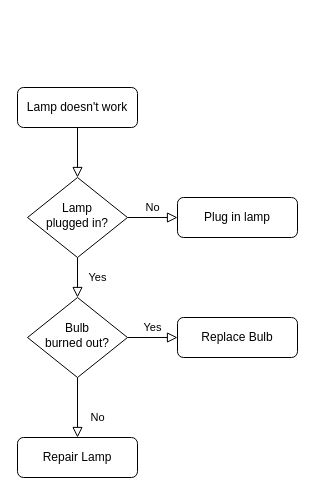
Before: AVEVADBAIR.drawio in houleyemballo/Work, a draw.io diagram. Source tidied: cells renumbered, new cells numbered last; positions are measured from the earlier drawing's top-left corner, leaving out a move shared by most shapes. Both pictures are drawn from the tidied source at 100%, with x=0, y=0 at pixel (17, 87).
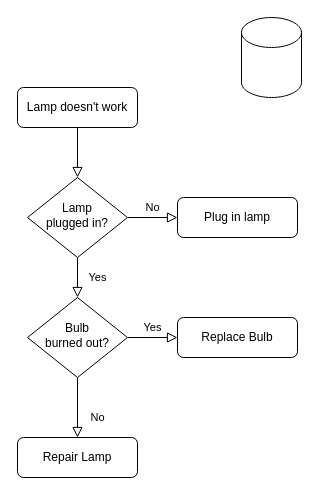
After the change.

What changed in the source:
```diff
@@
 <mxGraphModel>
   <root>
     <mxCell id="0" />
     <mxCell id="1" parent="0" />
     <mxCell id="2" style="rounded=0;html=1;jettySize=auto;fontSize=11;endArrow=block;endFill=0;endSize=8;strokeWidth=1;shadow=0;labelBackgroundColor=none;edgeStyle=orthogonalEdgeStyle;" parent="1" edge="1" source="3" target="6">
       <mxGeometry relative="1" as="geometry" />
     </mxCell>
     <mxCell id="3" value="Lamp doesn't work" style="rounded=1;whiteSpace=wrap;html=1;fontSize=12;glass=0;strokeWidth=1;shadow=0;" parent="1" vertex="1">
       <mxGeometry width="120" height="40" as="geometry" />
     </mxCell>
     <mxCell id="4" value="Yes" style="rounded=0;html=1;jettySize=auto;fontSize=11;endArrow=block;endFill=0;endSize=8;strokeWidth=1;shadow=0;labelBackgroundColor=none;edgeStyle=orthogonalEdgeStyle;" parent="1" edge="1" source="6" target="10">
       <mxGeometry y="20" relative="1" as="geometry" />
     </mxCell>
     <mxCell id="5" value="No" style="edgeStyle=orthogonalEdgeStyle;rounded=0;html=1;jettySize=auto;fontSize=11;endArrow=block;endFill=0;endSize=8;strokeWidth=1;shadow=0;labelBackgroundColor=none;" parent="1" edge="1" source="6" target="7">
       <mxGeometry y="10" relative="1" as="geometry" />
     </mxCell>
     <mxCell id="6" value="Lamp&lt;br&gt;plugged in?" style="rhombus;whiteSpace=wrap;html=1;shadow=0;fontFamily=Helvetica;fontSize=12;align=center;strokeWidth=1;spacing=6;spacingTop=-4;" parent="1" vertex="1">
       <mxGeometry x="10" y="90" width="100" height="80" as="geometry" />
     </mxCell>
     <mxCell id="7" value="Plug in lamp" style="rounded=1;whiteSpace=wrap;html=1;fontSize=12;glass=0;strokeWidth=1;shadow=0;" parent="1" vertex="1">
       <mxGeometry x="160" y="110" width="120" height="40" as="geometry" />
     </mxCell>
     <mxCell id="8" value="No" style="rounded=0;html=1;jettySize=auto;fontSize=11;endArrow=block;endFill=0;endSize=8;strokeWidth=1;shadow=0;labelBackgroundColor=none;edgeStyle=orthogonalEdgeStyle;" parent="1" edge="1" source="10" target="11">
       <mxGeometry x="0.33" y="20" relative="1" as="geometry" />
     </mxCell>
     <mxCell id="9" value="Yes" style="edgeStyle=orthogonalEdgeStyle;rounded=0;html=1;jettySize=auto;fontSize=11;endArrow=block;endFill=0;endSize=8;strokeWidth=1;shadow=0;labelBackgroundColor=none;" parent="1" edge="1" source="10" target="12">
       <mxGeometry y="10" relative="1" as="geometry" />
     </mxCell>
     <mxCell id="10" value="Bulb&lt;br&gt;burned out?" style="rhombus;whiteSpace=wrap;html=1;shadow=0;fontFamily=Helvetica;fontSize=12;align=center;strokeWidth=1;spacing=6;spacingTop=-4;" parent="1" vertex="1">
       <mxGeometry x="10" y="210" width="100" height="80" as="geometry" />
     </mxCell>
     <mxCell id="11" value="Repair Lamp" style="rounded=1;whiteSpace=wrap;html=1;fontSize=12;glass=0;strokeWidth=1;shadow=0;" parent="1" vertex="1">
       <mxGeometry y="350" width="120" height="40" as="geometry" />
     </mxCell>
     <mxCell id="12" value="Replace Bulb" style="rounded=1;whiteSpace=wrap;html=1;fontSize=12;glass=0;strokeWidth=1;shadow=0;" parent="1" vertex="1">
       <mxGeometry x="160" y="230" width="120" height="40" as="geometry" />
     </mxCell>
+    <mxCell id="13" style="shape=cylinder3;whiteSpace=wrap;html=1;boundedLbl=1;backgroundOutline=1;size=15;" parent="1" vertex="1">
+      <mxGeometry x="224" y="-70" width="60" height="80" as="geometry" />
+    </mxCell>
   </root>
 </mxGraphModel>
```
